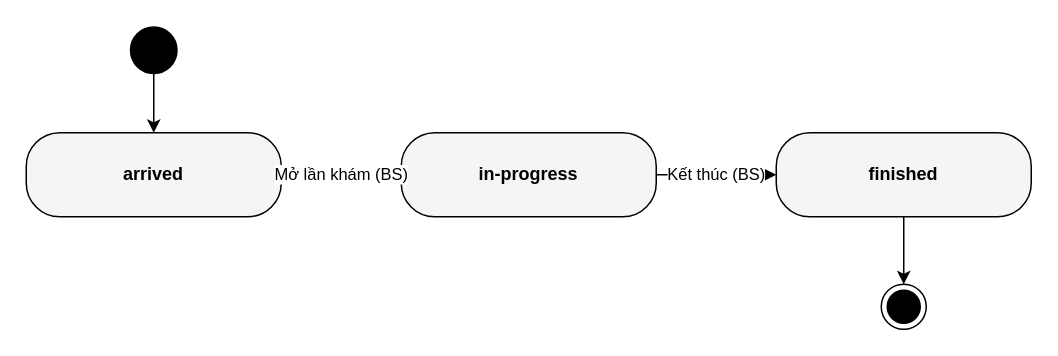
The draw.io diagram page "Encounter states" (3 of 6) of docs/02-requirements/srs/dist/diagrams/03-state-transitions.drawio in viethung12062005/smart-hospital-platform, before the edit. Source tidied: cells renumbered, new cells numbered last; positions are measured from the earlier drawing's top-left corner, leaving out a move shared by most shapes. Both pictures are drawn from the tidied source at 150%, with x=0, y=0 at pixel (26, 27).
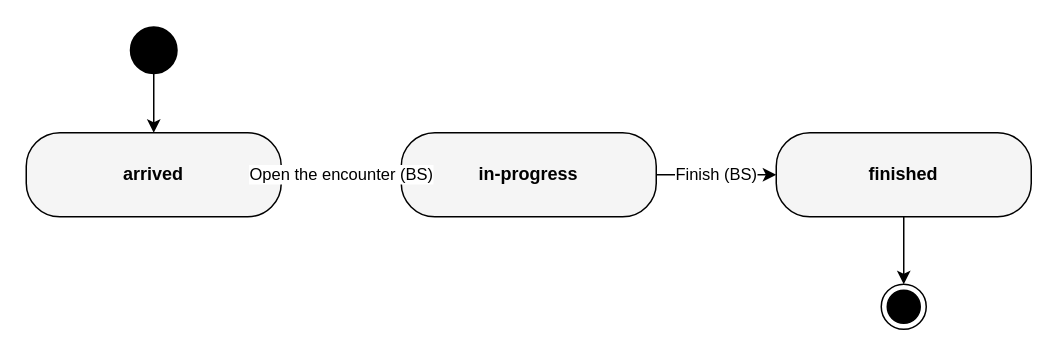
The same diagram, later.

Diff of the diagram source:
```diff
@@
 <mxGraphModel>
   <root>
     <mxCell id="0" />
     <mxCell id="1" parent="0" />
     <mxCell id="2" value="&lt;b&gt;arrived&lt;/b&gt;" style="rounded=1;whiteSpace=wrap;html=1;arcSize=40;fillColor=#F5F5F5;" parent="1" vertex="1">
       <mxGeometry y="70" width="170" height="56" as="geometry" />
     </mxCell>
     <mxCell id="3" value="&lt;b&gt;in-progress&lt;/b&gt;" style="rounded=1;whiteSpace=wrap;html=1;arcSize=40;fillColor=#F5F5F5;" parent="1" vertex="1">
       <mxGeometry x="250" y="70" width="170" height="56" as="geometry" />
     </mxCell>
     <mxCell id="4" value="&lt;b&gt;finished&lt;/b&gt;" style="rounded=1;whiteSpace=wrap;html=1;arcSize=40;fillColor=#F5F5F5;" parent="1" vertex="1">
       <mxGeometry x="500" y="70" width="170" height="56" as="geometry" />
     </mxCell>
     <mxCell id="5" style="strokeWidth=2;html=1;shape=mxgraph.flowchart.start_2;whiteSpace=wrap;rounded=0;shadow=0;gradientColor=none;fillColor=#000000;" parent="1" vertex="1">
       <mxGeometry x="70" width="30" height="30" as="geometry" />
     </mxCell>
     <mxCell id="6" style="edgeStyle=orthogonalEdgeStyle;rounded=0;jettySize=auto;html=1;" parent="1" edge="1" source="5" target="2">
       <mxGeometry relative="1" as="geometry" />
     </mxCell>
-    <mxCell id="7" value="Mở lần khám (BS)" style="edgeStyle=orthogonalEdgeStyle;rounded=0;jettySize=auto;html=1;fontSize=11;labelBackgroundColor=#FFFFFF;" parent="1" edge="1" source="2" target="3">
+    <mxCell id="7" value="Open the encounter (BS)" style="edgeStyle=orthogonalEdgeStyle;rounded=0;jettySize=auto;html=1;fontSize=11;labelBackgroundColor=#FFFFFF;" parent="1" edge="1" source="2" target="3">
       <mxGeometry relative="1" as="geometry" />
     </mxCell>
-    <mxCell id="8" value="Kết thúc (BS)" style="edgeStyle=orthogonalEdgeStyle;rounded=0;jettySize=auto;html=1;fontSize=11;labelBackgroundColor=#FFFFFF;" parent="1" edge="1" source="3" target="4">
+    <mxCell id="8" value="Finish (BS)" style="edgeStyle=orthogonalEdgeStyle;rounded=0;jettySize=auto;html=1;fontSize=11;labelBackgroundColor=#FFFFFF;" parent="1" edge="1" source="3" target="4">
       <mxGeometry relative="1" as="geometry" />
     </mxCell>
     <mxCell id="9" style="ellipse;html=1;shape=endState;fillColor=#000000;rounded=0;shadow=0;whiteSpace=wrap;" parent="1" vertex="1">
       <mxGeometry x="570" y="171" width="30" height="30" as="geometry" />
     </mxCell>
     <mxCell id="10" style="edgeStyle=orthogonalEdgeStyle;rounded=0;jettySize=auto;html=1;" parent="1" edge="1" source="4" target="9">
       <mxGeometry relative="1" as="geometry" />
     </mxCell>
   </root>
 </mxGraphModel>
```
